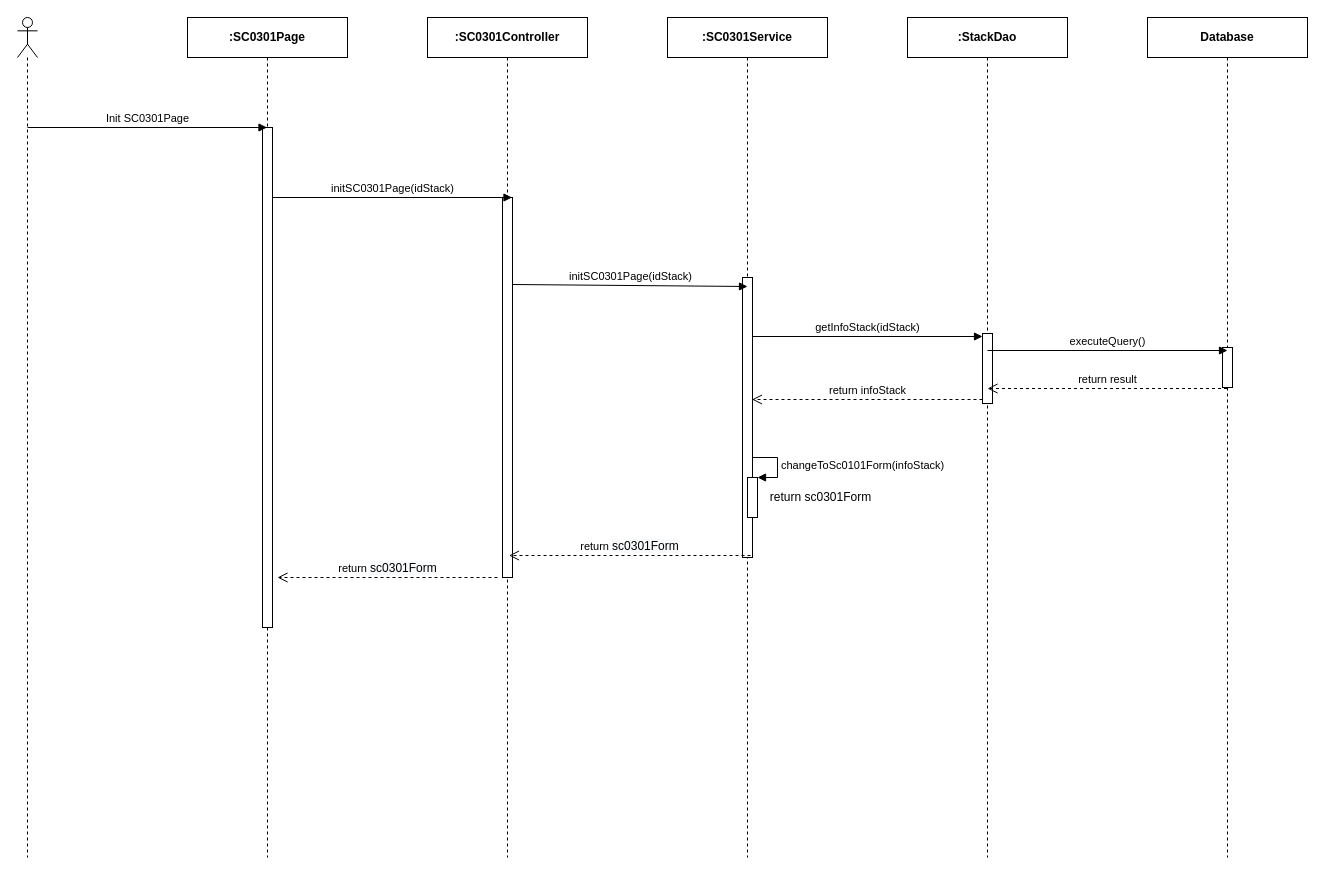
This is page "Ev01" (1 of 10) of 2. Approved/SEQ Diagram/sc03/SC0301_StackDetail.drawio from luannmdev/CapstoneDocument, a draw.io file, before an edit. Source tidied: cells renumbered, new cells numbered last; positions are measured from the earlier drawing's top-left corner, leaving out a move shared by most shapes. Both pictures are drawn from the tidied source at 100%, with x=0, y=0 at pixel (17, 17).
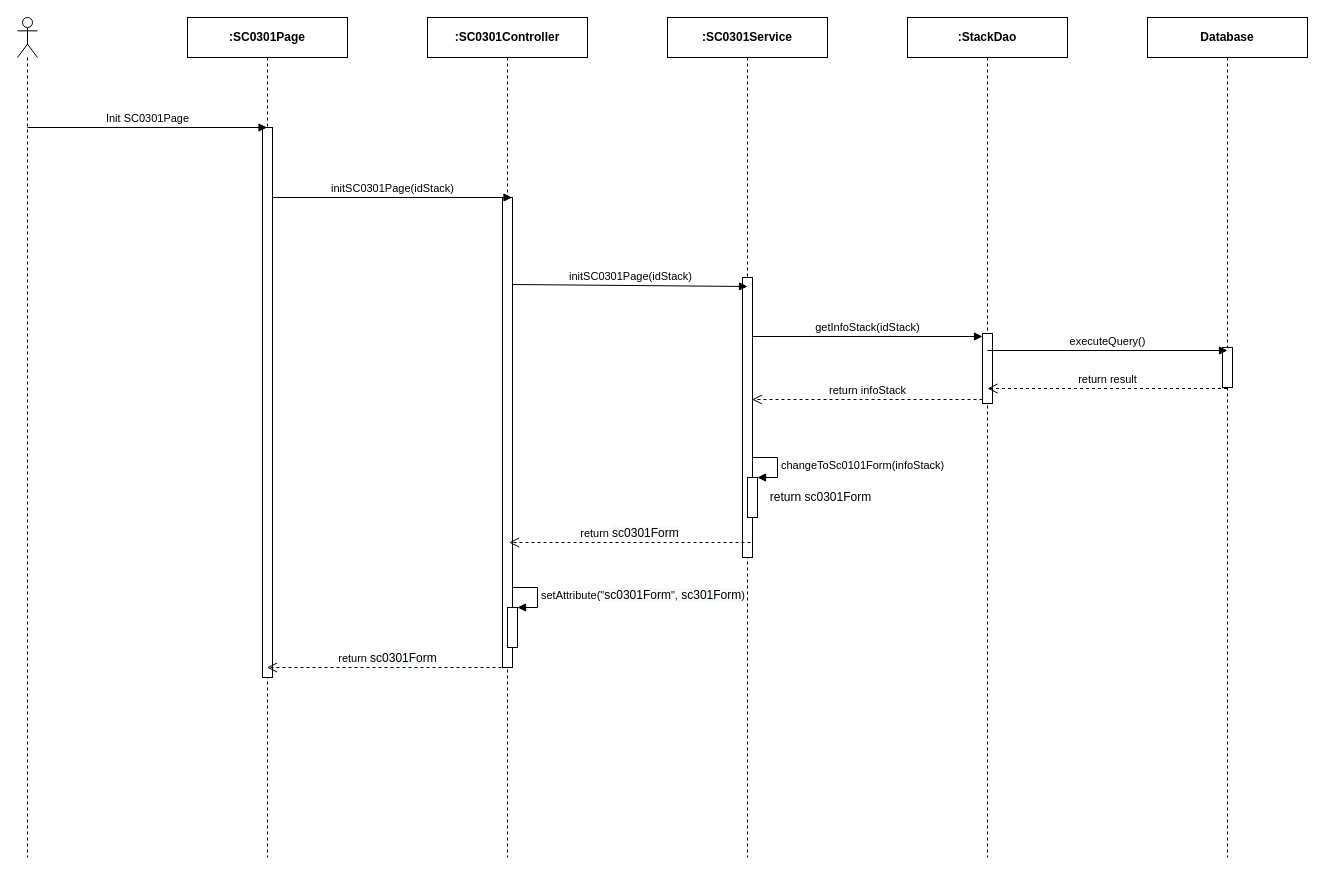
The same page after the edit.

Commit message (it also covers changes not shown here):
TruongTN add setAttribute for form

Unchanged cells that the change refers to:
```xml
<mxCell id="3" value="&lt;b&gt;:SC0301Page&lt;/b&gt;" style="shape=umlLifeline;perimeter=lifelinePerimeter;whiteSpace=wrap;html=1;outlineConnect=0;" parent="1" vertex="1">
  <mxGeometry x="170" width="160" height="840" as="geometry" />
</mxCell>
<mxCell id="11" value="&lt;b&gt;:SC0301Controller&lt;/b&gt;" style="shape=umlLifeline;perimeter=lifelinePerimeter;whiteSpace=wrap;html=1;" parent="1" vertex="1">
  <mxGeometry x="410" width="160" height="840" as="geometry" />
</mxCell>
```

Change to the diagram source:
```diff
@@
     <mxCell id="4" style="html=1;perimeter=orthogonalPerimeter;" parent="3" vertex="1">
-      <mxGeometry x="75" y="110" width="10" height="500" as="geometry" />
+      <mxGeometry x="75" y="110" width="10" height="550" as="geometry" />
     </mxCell>
@@
     <mxCell id="12" style="html=1;perimeter=orthogonalPerimeter;" parent="11" vertex="1">
-      <mxGeometry x="75" y="180" width="10" height="380" as="geometry" />
+      <mxGeometry x="75" y="180" width="10" height="470" as="geometry" />
     </mxCell>
+    <mxCell id="25" style="html=1;points=[];perimeter=orthogonalPerimeter;" parent="11" vertex="1">
+      <mxGeometry x="80" y="590" width="10" height="40" as="geometry" />
+    </mxCell>
+    <mxCell id="26" value="&lt;div style=&quot;text-align: center&quot;&gt;setAttribute(&quot;&lt;span style=&quot;font-size: 12px ; text-align: center ; background-color: rgb(248 , 249 , 250)&quot;&gt;sc0301Form&lt;/span&gt;&quot;,&lt;span style=&quot;font-size: 12px ; background-color: rgb(248 , 249 , 250)&quot;&gt;&amp;nbsp;sc301Form&lt;/span&gt;)&lt;/div&gt;" style="edgeStyle=orthogonalEdgeStyle;html=1;align=left;spacingLeft=2;endArrow=block;rounded=0;entryX=1;entryY=0;" parent="11" edge="1" target="25">
+      <mxGeometry relative="1" as="geometry">
+        <mxPoint x="85" y="570" as="sourcePoint" />
+        <Array as="points">
+          <mxPoint x="110" y="570" />
+        </Array>
+      </mxGeometry>
+    </mxCell>
@@
     <mxCell id="16" value="return&amp;nbsp;&lt;span style=&quot;font-size: 12px ; background-color: rgb(248 , 249 , 250)&quot;&gt;sc0301Form&lt;/span&gt;" style="html=1;verticalAlign=bottom;endArrow=open;dashed=1;endSize=8;" parent="1" edge="1">
       <mxGeometry relative="1" as="geometry">
-        <mxPoint x="733" y="538" as="sourcePoint" />
-        <mxPoint x="491.5" y="538" as="targetPoint" />
+        <mxPoint x="733" y="525" as="sourcePoint" />
+        <mxPoint x="491.5" y="525" as="targetPoint" />
       </mxGeometry>
     </mxCell>
@@
-    <mxCell id="24" value="return&amp;nbsp;&lt;span style=&quot;font-size: 12px ; background-color: rgb(248 , 249 , 250)&quot;&gt;sc0301Form&lt;/span&gt;" style="html=1;verticalAlign=bottom;endArrow=open;dashed=1;endSize=8;" parent="1" edge="1">
+    <mxCell id="24" value="return&amp;nbsp;&lt;span style=&quot;font-size: 12px ; background-color: rgb(248 , 249 , 250)&quot;&gt;sc0301Form&lt;/span&gt;" style="html=1;verticalAlign=bottom;endArrow=open;dashed=1;endSize=8;" parent="1" edge="1" target="3">
       <mxGeometry relative="1" as="geometry">
-        <mxPoint x="480" y="560" as="sourcePoint" />
-        <mxPoint x="260" y="560" as="targetPoint" />
+        <mxPoint x="490" y="650" as="sourcePoint" />
       </mxGeometry>
     </mxCell>
```
